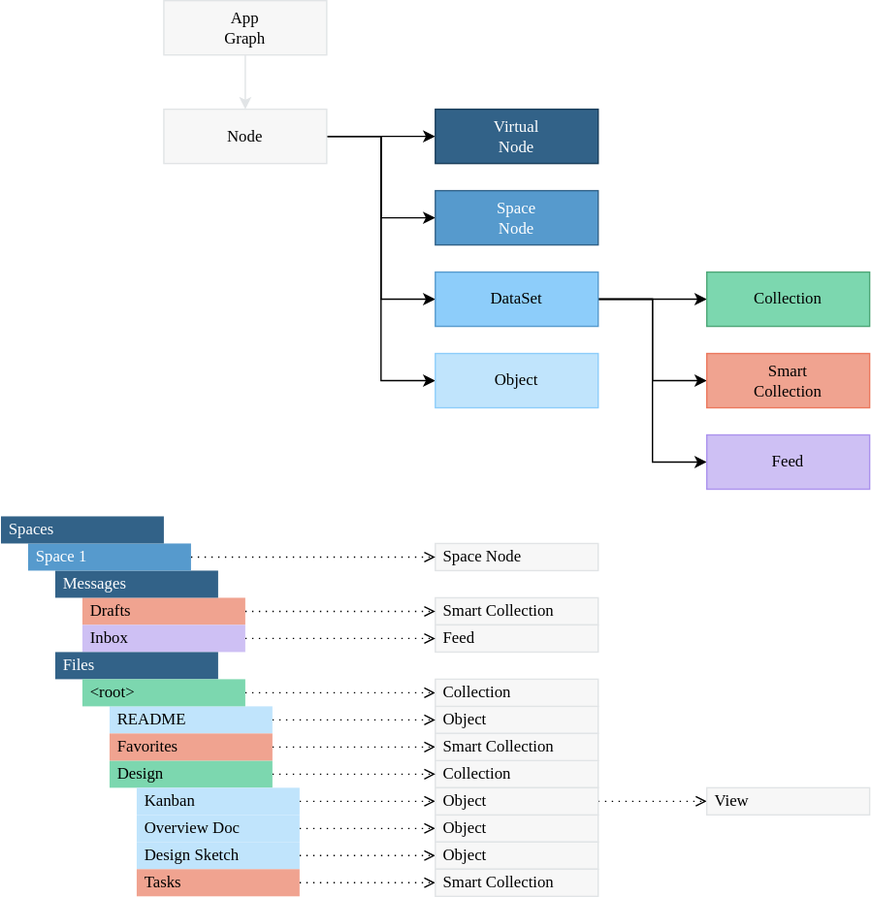
Before: packages/sdk/app-framework/docs/app-graph.drawio.svg, a diagram exported from draw.io (dxos/dxos). Source tidied: cells renumbered, new cells last; positions are measured from the earlier drawing's top-left corner, leaving out a move shared by most shapes.
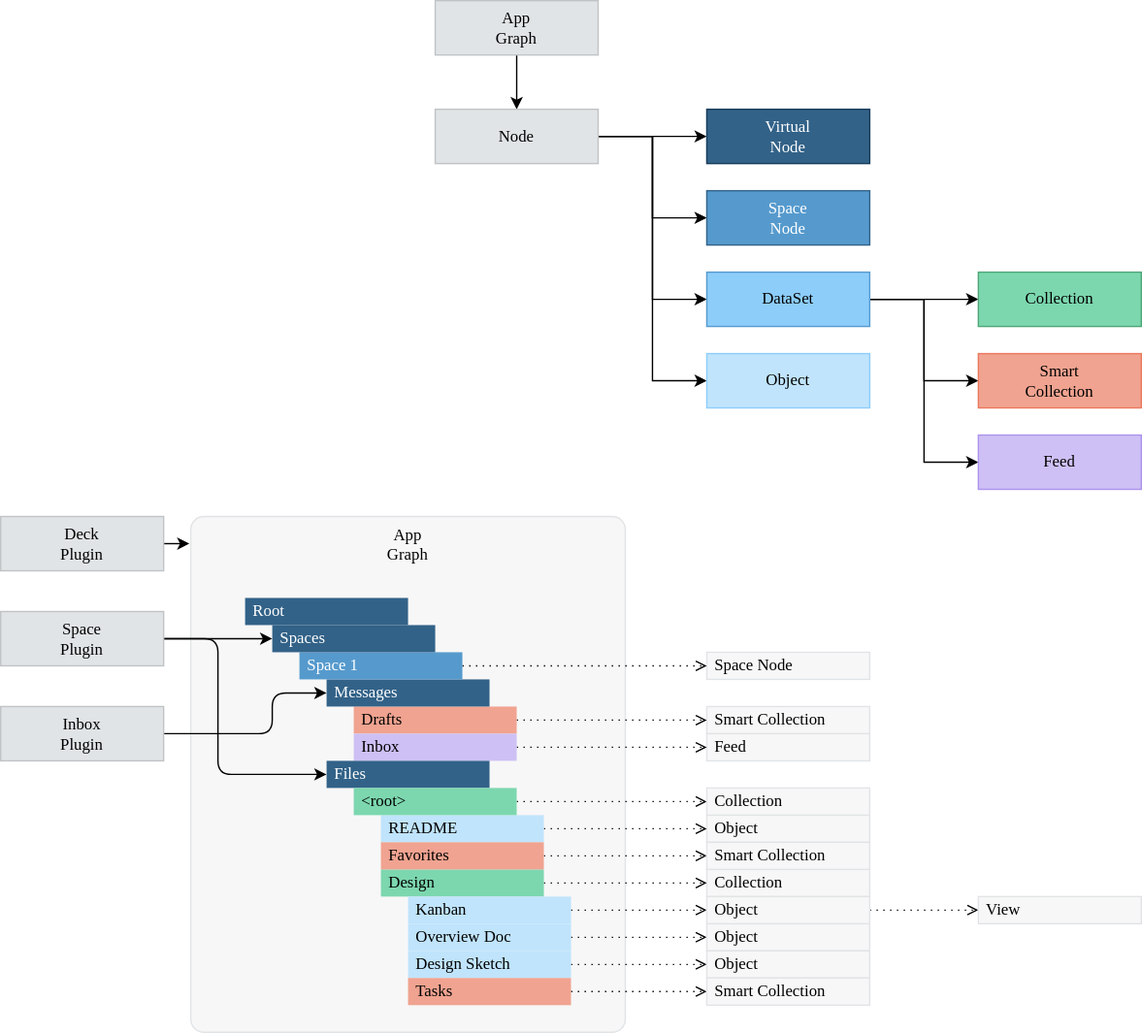
After the change.

What changed in the source:
```diff
@@ -2,11 +2,14 @@
   <root>
     <mxCell id="0" />
     <mxCell id="1" parent="0" />
+    <mxCell id="57" value="App&lt;br&gt;Graph" style="rounded=1;whiteSpace=wrap;html=1;fillColor=#F7F7F7;fontColor=#000000;strokeColor=#E1E4E6;fontFamily=Space Grotesk;arcSize=3;verticalAlign=top;" parent="1" vertex="1">
+      <mxGeometry x="-60" y="300" width="320" height="380" as="geometry" />
+    </mxCell>
-    <mxCell id="2" style="edgeStyle=none;html=1;exitX=0.5;exitY=1;exitDx=0;exitDy=0;fillColor=#F7F7F7;strokeColor=#E1E4E6;fontFamily=Space Grotesk;" parent="1" edge="1" source="3" target="8">
+    <mxCell id="2" style="edgeStyle=none;html=1;exitX=0.5;exitY=1;exitDx=0;exitDy=0;fillColor=#1E1F20;strokeColor=#000000;fontFamily=Space Grotesk;" parent="1" edge="1" source="3" target="8">
       <mxGeometry relative="1" as="geometry" />
     </mxCell>
-    <mxCell id="3" value="App&lt;br&gt;Graph" style="rounded=0;whiteSpace=wrap;html=1;fillColor=#F7F7F7;fontColor=#000000;strokeColor=#E1E4E6;fontFamily=Space Grotesk;" parent="1" vertex="1">
-      <mxGeometry x="120" width="120" height="40" as="geometry" />
+    <mxCell id="3" value="App&lt;br&gt;Graph" style="rounded=0;whiteSpace=wrap;html=1;fillColor=#E1E4E6;fontColor=#000000;strokeColor=#C0C3C5;fontFamily=Space Grotesk;" parent="1" vertex="1">
+      <mxGeometry x="120" y="-80" width="120" height="40" as="geometry" />
     </mxCell>
     <mxCell id="4" style="edgeStyle=none;rounded=0;html=1;exitX=1;exitY=0.5;exitDx=0;exitDy=0;fontFamily=Space Grotesk;" parent="1" edge="1" source="8" target="9">
       <mxGeometry relative="1" as="geometry" />
@@ -14,32 +17,32 @@
     <mxCell id="5" style="edgeStyle=none;rounded=0;html=1;exitX=1;exitY=0.5;exitDx=0;exitDy=0;entryX=0;entryY=0.5;entryDx=0;entryDy=0;fontFamily=Space Grotesk;" parent="1" edge="1" source="8" target="13">
       <mxGeometry relative="1" as="geometry">
         <Array as="points">
-          <mxPoint x="280" y="100" />
-          <mxPoint x="280" y="220" />
+          <mxPoint x="280" y="20" />
+          <mxPoint x="280" y="140" />
         </Array>
       </mxGeometry>
     </mxCell>
     <mxCell id="6" style="edgeStyle=none;rounded=0;html=1;exitX=1;exitY=0.5;exitDx=0;exitDy=0;entryX=0;entryY=0.5;entryDx=0;entryDy=0;fontSize=12;fontFamily=Space Grotesk;" parent="1" edge="1" source="8" target="16">
       <mxGeometry relative="1" as="geometry">
         <Array as="points">
-          <mxPoint x="280" y="100" />
-          <mxPoint x="280" y="160" />
+          <mxPoint x="280" y="20" />
+          <mxPoint x="280" y="80" />
         </Array>
       </mxGeometry>
     </mxCell>
     <mxCell id="7" style="edgeStyle=none;rounded=0;html=1;exitX=1;exitY=0.5;exitDx=0;exitDy=0;entryX=0;entryY=0.5;entryDx=0;entryDy=0;fontSize=12;fontFamily=Space Grotesk;" parent="1" edge="1" source="8" target="18">
       <mxGeometry relative="1" as="geometry">
         <Array as="points">
-          <mxPoint x="280" y="100" />
-          <mxPoint x="280" y="280" />
+          <mxPoint x="280" y="20" />
+          <mxPoint x="280" y="200" />
         </Array>
       </mxGeometry>
     </mxCell>
-    <mxCell id="8" value="Node" style="rounded=0;whiteSpace=wrap;html=1;fillColor=#F7F7F7;fontColor=#000000;strokeColor=#E1E4E6;fontFamily=Space Grotesk;" parent="1" vertex="1">
-      <mxGeometry x="120" y="80" width="120" height="40" as="geometry" />
+    <mxCell id="8" value="Node" style="rounded=0;whiteSpace=wrap;html=1;fillColor=#E1E4E6;fontColor=#000000;strokeColor=#C0C3C5;fontFamily=Space Grotesk;" parent="1" vertex="1">
+      <mxGeometry x="120" width="120" height="40" as="geometry" />
     </mxCell>
     <mxCell id="9" value="Virtual&lt;br&gt;Node" style="rounded=0;whiteSpace=wrap;html=1;fillColor=#326288;fontColor=#FFFFFF;strokeColor=#193D5A;fontFamily=Space Grotesk;" parent="1" vertex="1">
-      <mxGeometry x="320" y="80" width="120" height="40" as="geometry" />
+      <mxGeometry x="320" width="120" height="40" as="geometry" />
     </mxCell>
     <mxCell id="10" style="edgeStyle=none;html=1;exitX=1;exitY=0.5;exitDx=0;exitDy=0;fontFamily=Space Grotesk;" parent="1" edge="1" source="13" target="14">
       <mxGeometry relative="1" as="geometry" />
@@ -47,36 +50,36 @@
     <mxCell id="11" style="edgeStyle=none;html=1;exitX=1;exitY=0.5;exitDx=0;exitDy=0;entryX=0;entryY=0.5;entryDx=0;entryDy=0;rounded=0;fontFamily=Space Grotesk;" parent="1" edge="1" source="13" target="17">
       <mxGeometry relative="1" as="geometry">
         <Array as="points">
-          <mxPoint x="480" y="220" />
-          <mxPoint x="480" y="340" />
+          <mxPoint x="480" y="140" />
+          <mxPoint x="480" y="260" />
         </Array>
       </mxGeometry>
     </mxCell>
     <mxCell id="12" style="edgeStyle=none;rounded=0;html=1;exitX=1;exitY=0.5;exitDx=0;exitDy=0;entryX=0;entryY=0.5;entryDx=0;entryDy=0;fontSize=12;fontFamily=Space Grotesk;" parent="1" edge="1" source="13" target="15">
       <mxGeometry relative="1" as="geometry">
         <Array as="points">
-          <mxPoint x="480" y="220" />
-          <mxPoint x="480" y="280" />
+          <mxPoint x="480" y="140" />
+          <mxPoint x="480" y="200" />
         </Array>
       </mxGeometry>
     </mxCell>
     <mxCell id="13" value="DataSet" style="rounded=0;whiteSpace=wrap;html=1;fillColor=#8DCDFA;fontColor=#000000;strokeColor=#569ACD;fontFamily=Space Grotesk;" parent="1" vertex="1">
-      <mxGeometry x="320" y="200" width="120" height="40" as="geometry" />
+      <mxGeometry x="320" y="120" width="120" height="40" as="geometry" />
     </mxCell>
     <mxCell id="14" value="Collection" style="rounded=0;whiteSpace=wrap;html=1;fillColor=#7CD7AF;fontColor=#000000;strokeColor=#4DA677;fontFamily=Space Grotesk;" parent="1" vertex="1">
-      <mxGeometry x="520" y="200" width="120" height="40" as="geometry" />
+      <mxGeometry x="520" y="120" width="120" height="40" as="geometry" />
     </mxCell>
     <mxCell id="15" value="Smart&lt;br style=&quot;border-color: rgb(218, 220, 224);&quot;&gt;Collection" style="rounded=0;whiteSpace=wrap;html=1;fillColor=#F0A390;fontColor=#000000;strokeColor=#EB785E;fontFamily=Space Grotesk;" parent="1" vertex="1">
-      <mxGeometry x="520" y="260" width="120" height="40" as="geometry" />
+      <mxGeometry x="520" y="180" width="120" height="40" as="geometry" />
     </mxCell>
     <mxCell id="16" value="Space&lt;br&gt;Node" style="rounded=0;whiteSpace=wrap;html=1;fillColor=#569ACD;fontColor=#FFFFFF;strokeColor=#326288;fontFamily=Space Grotesk;" parent="1" vertex="1">
-      <mxGeometry x="320" y="140" width="120" height="40" as="geometry" />
+      <mxGeometry x="320" y="60" width="120" height="40" as="geometry" />
     </mxCell>
     <mxCell id="17" value="Feed" style="rounded=0;whiteSpace=wrap;html=1;fillColor=#CEC0F4;fontColor=#000000;strokeColor=#AB92ED;fontFamily=Space Grotesk;" parent="1" vertex="1">
-      <mxGeometry x="520" y="320" width="120" height="40" as="geometry" />
+      <mxGeometry x="520" y="240" width="120" height="40" as="geometry" />
     </mxCell>
     <mxCell id="18" value="Object" style="rounded=0;whiteSpace=wrap;html=1;fillColor=#C0E4FC;fontColor=#000000;strokeColor=#8DCDFA;fontFamily=Space Grotesk;" parent="1" vertex="1">
-      <mxGeometry x="320" y="260" width="120" height="40" as="geometry" />
+      <mxGeometry x="320" y="180" width="120" height="40" as="geometry" />
     </mxCell>
     <mxCell id="19" style="edgeStyle=none;html=1;exitX=1;exitY=0.5;exitDx=0;exitDy=0;endArrow=open;endFill=0;dashed=1;dashPattern=1 4;fontFamily=Space Grotesk;strokeWidth=1;" parent="1" edge="1" source="20" target="28">
       <mxGeometry relative="1" as="geometry" />
@@ -194,5 +197,41 @@
     <mxCell id="56" value="View" style="rounded=0;whiteSpace=wrap;html=1;fontSize=12;fillColor=#F7F7F7;fontColor=#000000;strokeColor=#E1E4E6;align=left;spacingLeft=4;fontFamily=Space Grotesk;" parent="1" vertex="1">
       <mxGeometry x="520" y="580" width="120" height="20" as="geometry" />
     </mxCell>
+    <mxCell id="58" style="edgeStyle=none;html=1;exitX=1;exitY=0.5;exitDx=0;exitDy=0;entryX=0;entryY=0.5;entryDx=0;entryDy=0;" parent="1" edge="1" source="60" target="43">
+      <mxGeometry relative="1" as="geometry" />
+    </mxCell>
+    <mxCell id="59" style="edgeStyle=none;html=1;exitX=1;exitY=0.5;exitDx=0;exitDy=0;entryX=0;entryY=0.5;entryDx=0;entryDy=0;" parent="1" edge="1" source="60" target="40">
+      <mxGeometry relative="1" as="geometry">
+        <Array as="points">
+          <mxPoint x="-40" y="390" />
+          <mxPoint x="-40" y="490" />
+        </Array>
+      </mxGeometry>
+    </mxCell>
+    <mxCell id="60" value="Space&lt;br&gt;Plugin" style="rounded=0;whiteSpace=wrap;html=1;fillColor=#E1E4E6;fontColor=#000000;strokeColor=#C0C3C5;fontFamily=Space Grotesk;" parent="1" vertex="1">
+      <mxGeometry x="-200" y="370" width="120" height="40" as="geometry" />
+    </mxCell>
+    <mxCell id="61" style="edgeStyle=none;html=1;exitX=1;exitY=0.5;exitDx=0;exitDy=0;entryX=0;entryY=0.5;entryDx=0;entryDy=0;" parent="1" edge="1" source="62" target="39">
+      <mxGeometry relative="1" as="geometry">
+        <Array as="points">
+          <mxPoint y="460" />
+          <mxPoint y="430" />
+        </Array>
+      </mxGeometry>
+    </mxCell>
+    <mxCell id="62" value="Inbox&lt;br&gt;Plugin" style="rounded=0;whiteSpace=wrap;html=1;fillColor=#E1E4E6;fontColor=#000000;strokeColor=#C0C3C5;fontFamily=Space Grotesk;" parent="1" vertex="1">
+      <mxGeometry x="-200" y="440" width="120" height="40" as="geometry" />
+    </mxCell>
+    <mxCell id="63" value="Root" style="rounded=0;whiteSpace=wrap;html=1;fontSize=12;fillColor=#326288;fontColor=#FFFFFF;strokeColor=none;align=left;spacingLeft=4;fontFamily=Space Grotesk;" parent="1" vertex="1">
+      <mxGeometry x="-20" y="360" width="120" height="20" as="geometry" />
+    </mxCell>
+    <mxCell id="64" style="edgeStyle=none;html=1;exitX=1;exitY=0.5;exitDx=0;exitDy=0;" parent="1" edge="1" source="65">
+      <mxGeometry relative="1" as="geometry">
+        <mxPoint x="-61" y="320" as="targetPoint" />
+      </mxGeometry>
+    </mxCell>
+    <mxCell id="65" value="Deck&lt;br&gt;Plugin" style="rounded=0;whiteSpace=wrap;html=1;fillColor=#E1E4E6;fontColor=#000000;strokeColor=#C0C3C5;fontFamily=Space Grotesk;" parent="1" vertex="1">
+      <mxGeometry x="-200" y="300" width="120" height="40" as="geometry" />
+    </mxCell>
   </root>
 </mxGraphModel>
```
